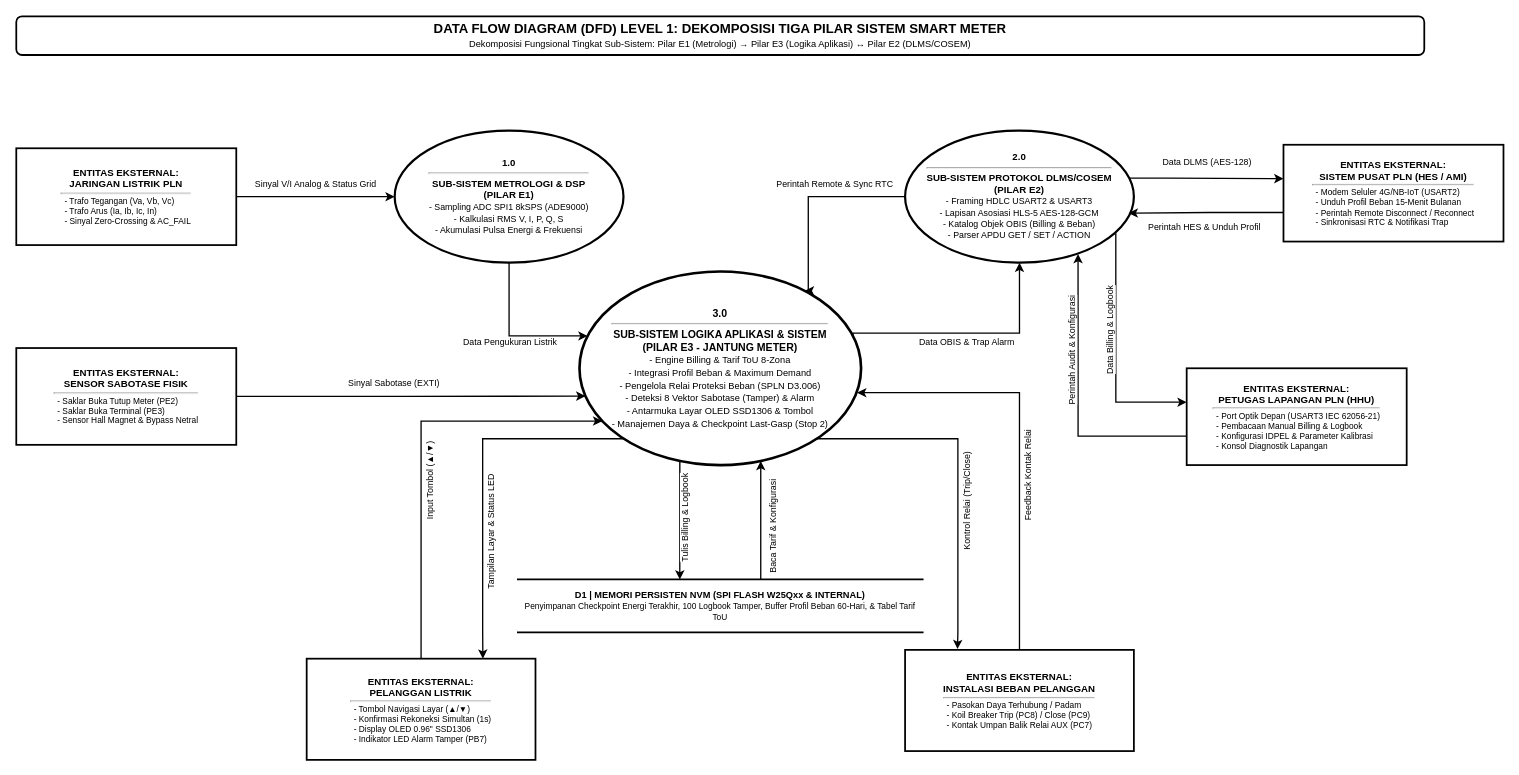
Earlier version of the draw.io diagram page "DFD Level 1: Dekomposisi Tiga Pilar" (2 of 2) of docs/system_dfd_diagram.drawio.xml (Kevla27/ALLIN). Source tidied: cells renumbered, new cells numbered last; positions are measured from the earlier drawing's top-left corner, leaving out a move shared by most shapes. Both pictures are drawn from the tidied source at 88%, with x=0, y=0 at pixel (16, 16).
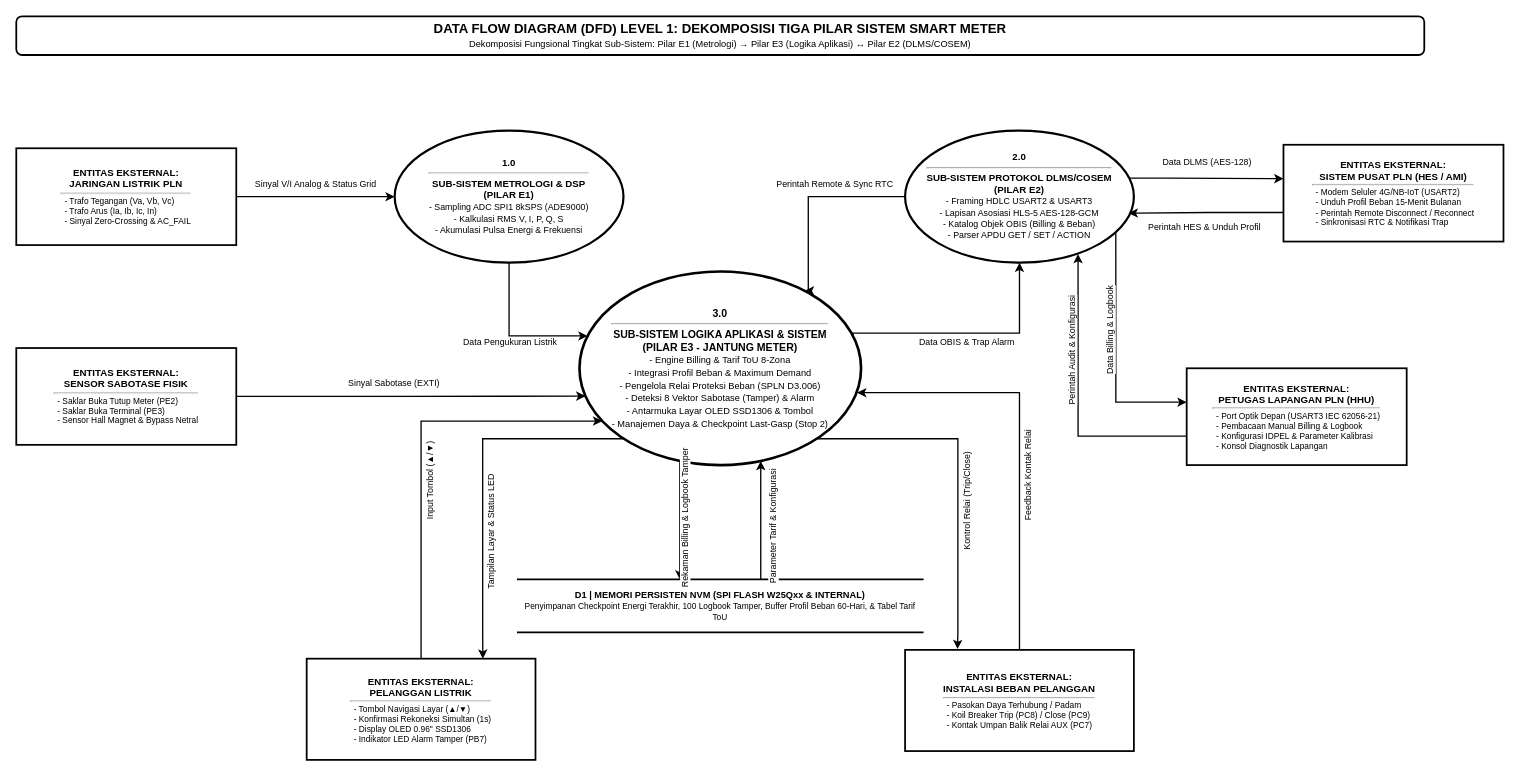
After the change.

Commit message (it also covers changes not shown here):
docs(dfd): standarisasi frasa benda aliran data ke dan dari Data Store D1

Unchanged cells that the change refers to:
```xml
<mxCell id="4" value="&lt;b&gt;3.0&lt;/b&gt;&lt;hr style=&quot;margin:4px 0;&quot;/&gt;&lt;b&gt;SUB-SISTEM LOGIKA APLIKASI &amp;amp; SISTEM&lt;br/&gt;(PILAR E3 - JANTUNG METER)&lt;/b&gt;&lt;br/&gt;&lt;font style=&quot;font-size:10.5px;&quot;&gt;- Engine Billing &amp;amp; Tarif ToU 8-Zona&lt;br/&gt;- Integrasi Profil Beban &amp;amp; Maximum Demand&lt;br/&gt;- Pengelola Relai Proteksi Beban (SPLN D3.006)&lt;br/&gt;- Deteksi 8 Vektor Sabotase (Tamper) &amp;amp; Alarm&lt;br/&gt;- Antarmuka Layar OLED SSD1306 &amp;amp; Tombol&lt;br/&gt;- Manajemen Daya &amp;amp; Checkpoint Last-Gasp (Stop 2)&lt;/font&gt;" style="ellipse;whiteSpace=wrap;html=1;fillColor=#ffffff;strokeColor=#000000;strokeWidth=3;fontColor=#000000;fontSize=12;fontFamily=Helvetica;align=center;" parent="1" vertex="1">
  <mxGeometry x="640" y="290" width="320" height="220" as="geometry" />
</mxCell>
<mxCell id="6" value="&lt;b&gt;D1 | MEMORI PERSISTEN NVM (SPI FLASH W25Qxx &amp;amp; INTERNAL)&lt;/b&gt;&lt;br/&gt;&lt;font style=&quot;font-size:9.5px;&quot;&gt;Penyimpanan Checkpoint Energi Terakhir, 100 Logbook Tamper, Buffer Profil Beban 60-Hari, &amp;amp; Tabel Tarif ToU&lt;/font&gt;" style="shape=partialRectangle;top=1;bottom=1;fillColor=#ffffff;strokeColor=default;strokeWidth=2;fontColor=#000000;fontSize=10.5;fontFamily=Helvetica;align=center;whiteSpace=wrap;html=1;verticalAlign=middle;left=0;right=0;" parent="1" vertex="1">
  <mxGeometry x="570" y="640" width="460" height="60" as="geometry" />
</mxCell>
```

What changed in the source:
```diff
@@
-    <mxCell id="20" value="Tulis Billing &amp;amp; Logbook" style="edgeStyle=orthogonalEdgeStyle;rounded=0;jettySize=auto;html=1;strokeColor=#000000;strokeWidth=1.5;endArrow=classic;endFill=1;labelBackgroundColor=#ffffff;fillColor=#ffffff;fontColor=#000000;fontSize=10;fontFamily=Helvetica;spacing=3;exitX=0.35;exitY=1;exitDx=0;exitDy=0;entryX=0.4;entryY=0;entryDx=0;entryDy=0;horizontal=0;" parent="1" edge="1" source="4" target="6">
+    <mxCell id="20" value="Rekaman Billing &amp;amp; Logbook Tamper" style="edgeStyle=orthogonalEdgeStyle;rounded=0;jettySize=auto;html=1;strokeColor=#000000;strokeWidth=1.5;endArrow=classic;endFill=1;labelBackgroundColor=#ffffff;fillColor=#ffffff;fontColor=#000000;fontSize=10;fontFamily=Helvetica;spacing=3;exitX=0.35;exitY=1;exitDx=0;exitDy=0;entryX=0.4;entryY=0;entryDx=0;entryDy=0;horizontal=0;" parent="1" edge="1" source="4" target="6">
       <mxGeometry x="-0.04" y="6" relative="1" as="geometry" />
     </mxCell>
-    <mxCell id="21" value="Baca Tarif &amp;amp; Konfigurasi" style="edgeStyle=orthogonalEdgeStyle;rounded=0;jettySize=auto;html=1;strokeColor=#000000;strokeWidth=1.5;endArrow=classic;endFill=1;labelBackgroundColor=#ffffff;fillColor=#ffffff;fontColor=#000000;fontSize=10;fontFamily=Helvetica;spacing=3;exitX=0.6;exitY=0;exitDx=0;exitDy=0;entryX=0.65;entryY=1;entryDx=0;entryDy=0;horizontal=0;" parent="1" edge="1" source="6" target="4">
+    <mxCell id="21" value="Parameter Tarif &amp;amp; Konfigurasi" style="edgeStyle=orthogonalEdgeStyle;rounded=0;jettySize=auto;html=1;strokeColor=#000000;strokeWidth=1.5;endArrow=classic;endFill=1;labelBackgroundColor=#ffffff;fillColor=#ffffff;fontColor=#000000;fontSize=10;fontFamily=Helvetica;spacing=3;exitX=0.6;exitY=0;exitDx=0;exitDy=0;entryX=0.65;entryY=1;entryDx=0;entryDy=0;horizontal=0;" parent="1" edge="1" source="6" target="4">
       <mxGeometry x="-0.11" y="-14" relative="1" as="geometry" />
     </mxCell>
```
